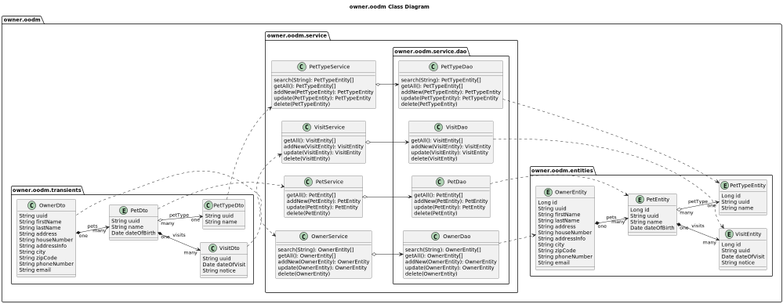
Jakarta-EE-Petclinic/petclinic-jakartaee keeps this PlantUML diagram as src/main/webapp/img/DB__class-owner_oodm_Class_Diagram.png. Above is the earlier version.
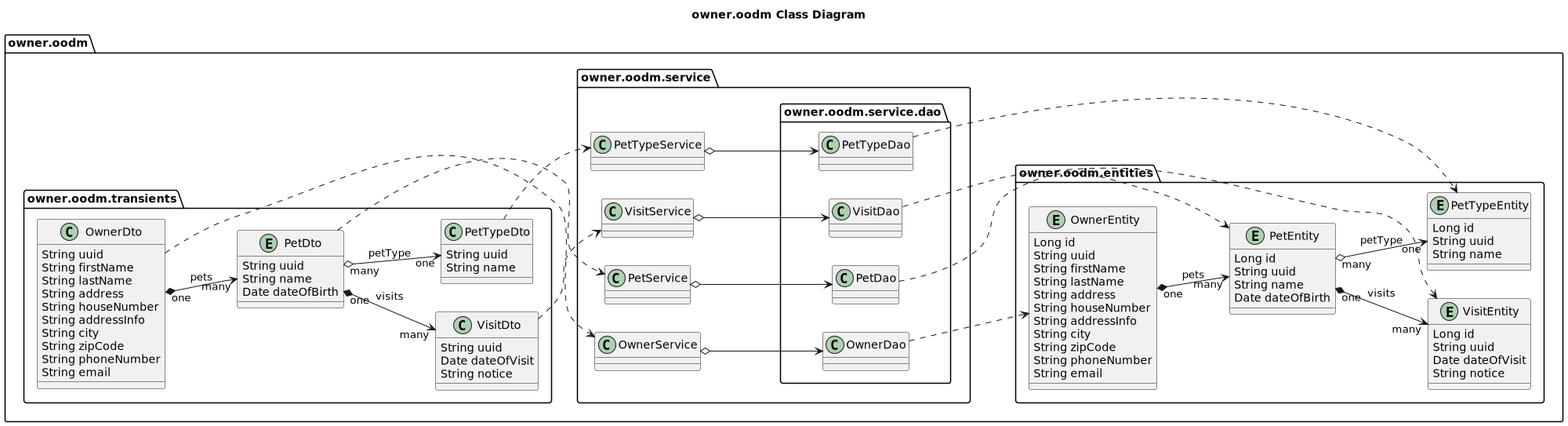
After the commit.

Change to the diagram source:
```diff
@@ -4,7 +4,7 @@
 
 left to right direction
 
-scale 1000 width
+scale 2000 width
 
 package owner.oodm {
 
@@ -53,65 +53,29 @@
     package owner.oodm.service {
 
         class OwnerService {
-            search(String): OwnerEntity[]
-            getAll(): OwnerEntity[]
-            addNew(OwnerEntity): OwnerEntity
-            update(OwnerEntity): OwnerEntity
-            delete(OwnerEntity)
         }
 
         class PetService {
-            getAll(): PetEntity[]
-            addNew(PetEntity): PetEntity
-            update(PetEntity): PetEntity
-            delete(PetEntity)
         }
 
         class VisitService {
-            getAll(): VisitEntity[]
-            addNew(VisitEntity): VisitEntity
-            update(VisitEntity): VisitEntity
-            delete(VisitEntity)
         }
 
         class PetTypeService {
-            search(String): PetTypeEntity[]
-            getAll(): PetTypeEntity[]
-            addNew(PetTypeEntity): PetTypeEntity
-            update(PetTypeEntity): PetTypeEntity
-            delete(PetTypeEntity)
         }
 
         package owner.oodm.service.dao {
 
             class OwnerDao {
-                search(String): OwnerEntity[]
-                getAll(): OwnerEntity[]
-                addNew(OwnerEntity): OwnerEntity
-                update(OwnerEntity): OwnerEntity
-                delete(OwnerEntity)
             }
 
             class PetDao {
-                getAll(): PetEntity[]
-                addNew(PetEntity): PetEntity
-                update(PetEntity): PetEntity
-                delete(PetEntity)
             }
 
             class VisitDao {
-                getAll(): VisitEntity[]
-                addNew(VisitEntity): VisitEntity
-                update(VisitEntity): VisitEntity
-                delete(VisitEntity)
             }
 
             class PetTypeDao {
-                search(String): PetTypeEntity[]
-                getAll(): PetTypeEntity[]
-                addNew(PetTypeEntity): PetTypeEntity
-                update(PetTypeEntity): PetTypeEntity
-                delete(PetTypeEntity)
             }
 
             OwnerDao ..> OwnerEntity
```
